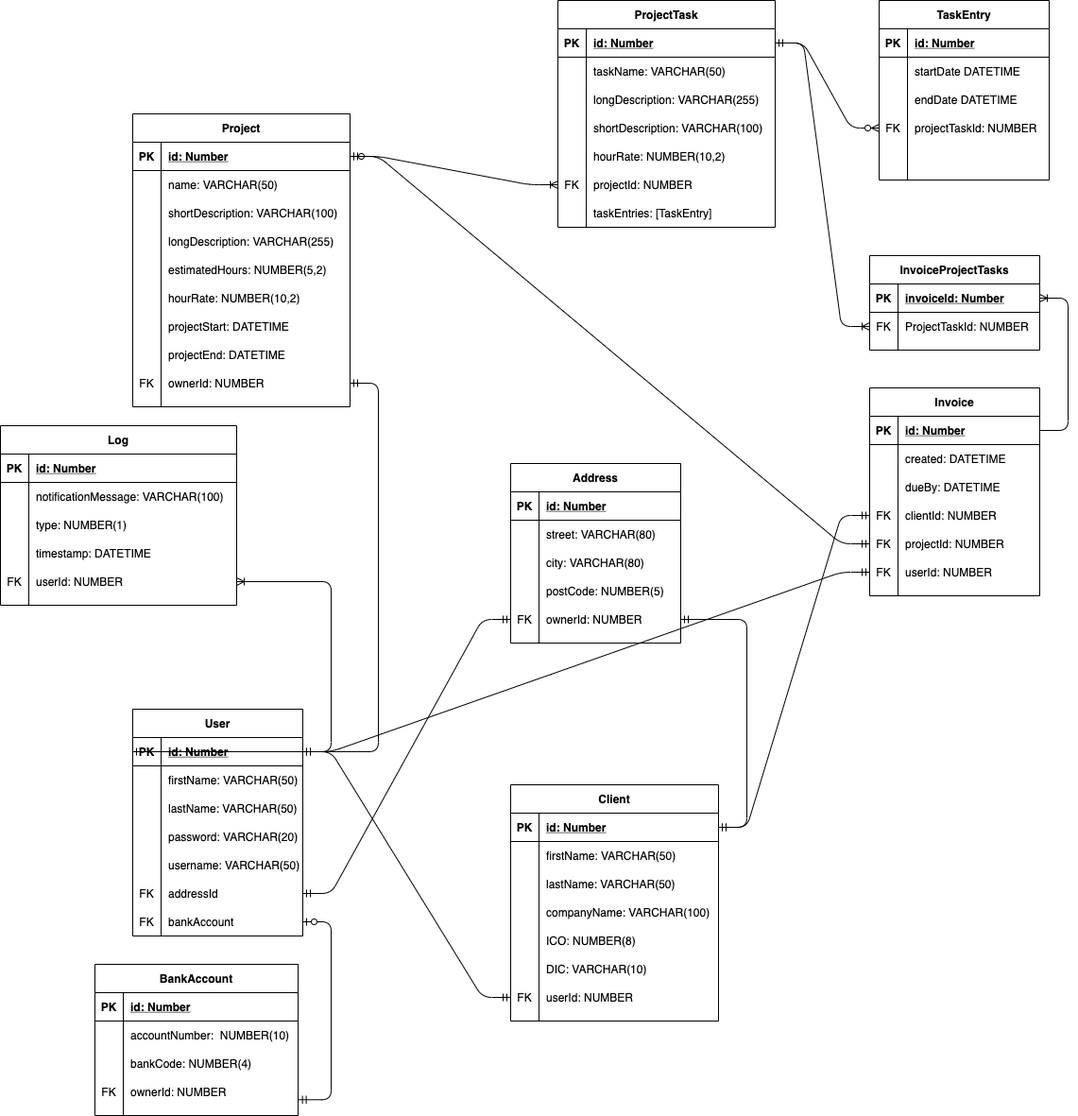
Earlier version of the draw.io export er_model.png (RomanAuersvald/DORDB). Source tidied: cells renumbered, new cells last; positions are measured from the earlier drawing's top-left corner, leaving out a move shared by most shapes.
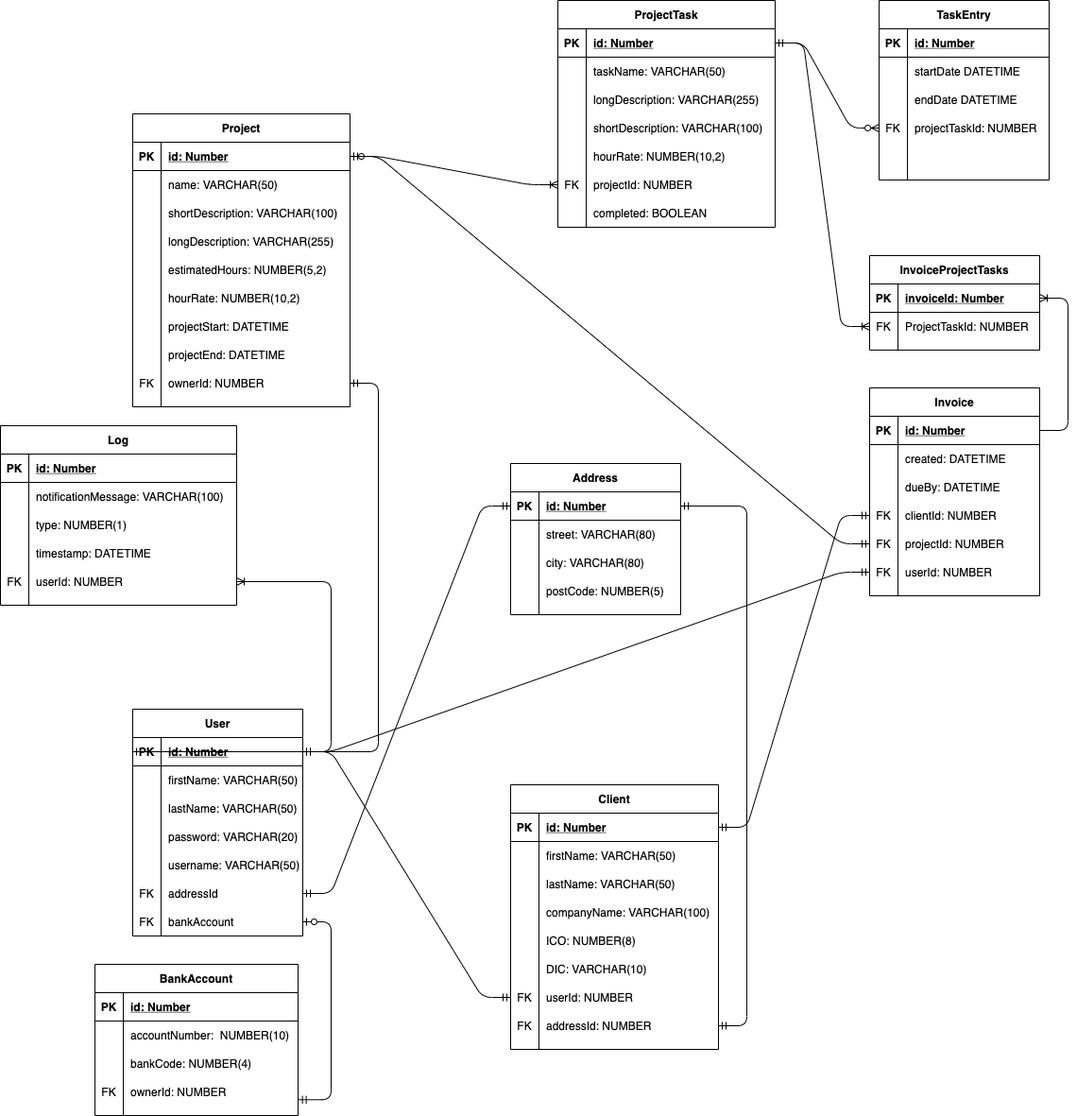
Above is the later version.

Diff of the diagram source:
```diff
@@ -113,7 +113,7 @@
     <mxCell id="38" style="shape=partialRectangle;fillColor=none;top=0;left=0;bottom=0;right=0;fontStyle=0;overflow=hidden;" parent="37" vertex="1">
       <mxGeometry width="30" height="30" as="geometry" />
     </mxCell>
-    <mxCell id="39" value="taskEntries: [TaskEntry]" style="shape=partialRectangle;fillColor=none;top=0;left=0;bottom=0;right=0;align=left;spacingLeft=6;fontStyle=0;overflow=hidden;" parent="37" vertex="1">
+    <mxCell id="39" value="completed: BOOLEAN" style="shape=partialRectangle;fillColor=none;top=0;left=0;bottom=0;right=0;align=left;spacingLeft=6;fontStyle=0;overflow=hidden;" parent="37" vertex="1">
       <mxGeometry x="30" width="200" height="30" as="geometry" />
     </mxCell>
     <mxCell id="40" value="Project" style="shape=table;startSize=30;rowLines=0;fontStyle=1;align=center;" parent="1" vertex="1">
@@ -273,7 +273,7 @@
       <mxGeometry relative="1" as="geometry" />
     </mxCell>
     <mxCell id="92" value="Client" style="shape=table;startSize=30;rowLines=0;fontStyle=1;align=center;" parent="1" vertex="1">
-      <mxGeometry x="540" y="830" width="220" height="250" as="geometry" />
+      <mxGeometry x="540" y="830" width="220" height="280" as="geometry" />
     </mxCell>
     <mxCell id="93" style="shape=partialRectangle;fillColor=none;top=0;left=0;bottom=1;right=0;points=[[0,0.5],[1,0.5]];portConstraint=eastwest;" parent="92" vertex="1">
       <mxGeometry y="30" width="220" height="30" as="geometry" />
@@ -338,11 +338,20 @@
     <mxCell id="113" value="userId: NUMBER" style="shape=partialRectangle;fillColor=none;top=0;left=0;bottom=0;right=0;align=left;spacingLeft=6;fontStyle=0;overflow=hidden;" parent="111" vertex="1">
       <mxGeometry x="30" width="190" height="30" as="geometry" />
     </mxCell>
+    <mxCell id="196" style="shape=partialRectangle;fillColor=none;top=0;left=0;bottom=0;right=0;points=[[0,0.5],[1,0.5]];portConstraint=eastwest;" parent="92" vertex="1">
+      <mxGeometry y="240" width="220" height="30" as="geometry" />
+    </mxCell>
+    <mxCell id="129" value="FK" style="shape=partialRectangle;fillColor=none;top=0;left=0;bottom=0;right=0;fontStyle=0;overflow=hidden;" parent="196" vertex="1">
+      <mxGeometry width="30" height="30" as="geometry" />
+    </mxCell>
+    <mxCell id="197" value="addressId: NUMBER" style="shape=partialRectangle;fillColor=none;top=0;left=0;bottom=0;right=0;align=left;spacingLeft=6;fontStyle=0;overflow=hidden;" parent="196" vertex="1">
+      <mxGeometry x="30" width="190" height="30" as="geometry" />
+    </mxCell>
     <mxCell id="114" style="edgeStyle=entityRelationEdgeStyle;fontSize=12;html=1;endArrow=ERmandOne;startArrow=ERmandOne;" parent="1" edge="1" source="70" target="111">
       <mxGeometry relative="1" as="geometry" />
     </mxCell>
     <mxCell id="115" value="Address" style="shape=table;startSize=30;rowLines=0;fontStyle=1;align=center;" parent="1" vertex="1">
-      <mxGeometry x="540" y="490" width="180" height="190" as="geometry" />
+      <mxGeometry x="540" y="490" width="180" height="160" as="geometry" />
     </mxCell>
     <mxCell id="116" style="shape=partialRectangle;fillColor=none;top=0;left=0;bottom=1;right=0;points=[[0,0.5],[1,0.5]];portConstraint=eastwest;" parent="115" vertex="1">
       <mxGeometry y="30" width="180" height="30" as="geometry" />
@@ -380,19 +389,7 @@
     <mxCell id="127" value="postCode: NUMBER(5)" style="shape=partialRectangle;fillColor=none;top=0;left=0;bottom=0;right=0;align=left;spacingLeft=6;overflow=hidden;" parent="125" vertex="1">
       <mxGeometry x="30" width="150" height="30" as="geometry" />
     </mxCell>
-    <mxCell id="128" style="shape=partialRectangle;fillColor=none;top=0;left=0;bottom=0;right=0;points=[[0,0.5],[1,0.5]];portConstraint=eastwest;" parent="115" vertex="1">
-      <mxGeometry y="150" width="180" height="30" as="geometry" />
-    </mxCell>
-    <mxCell id="129" value="FK" style="shape=partialRectangle;fillColor=none;top=0;left=0;bottom=0;right=0;fontStyle=0;overflow=hidden;" parent="128" vertex="1">
-      <mxGeometry width="30" height="30" as="geometry" />
-    </mxCell>
-    <mxCell id="130" value="ownerId: NUMBER" style="shape=partialRectangle;fillColor=none;top=0;left=0;bottom=0;right=0;align=left;spacingLeft=6;fontStyle=0;overflow=hidden;" parent="128" vertex="1">
-      <mxGeometry x="30" width="150" height="30" as="geometry" />
-    </mxCell>
-    <mxCell id="131" style="edgeStyle=entityRelationEdgeStyle;fontSize=12;html=1;endArrow=ERmandOne;startArrow=ERmandOne;" parent="1" edge="1" source="128" target="93">
-      <mxGeometry relative="1" as="geometry" />
-    </mxCell>
-    <mxCell id="132" style="edgeStyle=entityRelationEdgeStyle;fontSize=12;html=1;endArrow=ERmandOne;startArrow=ERmandOne;" parent="1" edge="1" source="85" target="128">
+    <mxCell id="132" style="edgeStyle=entityRelationEdgeStyle;fontSize=12;html=1;endArrow=ERmandOne;startArrow=ERmandOne;entryX=0;entryY=0.5;entryDx=0;entryDy=0;" parent="1" edge="1" source="85" target="116">
       <mxGeometry relative="1" as="geometry" />
     </mxCell>
     <mxCell id="133" value="Log" style="shape=table;startSize=30;rowLines=0;fontStyle=1;align=center;" parent="1" vertex="1">
@@ -584,5 +581,8 @@
     <mxCell id="195" style="edgeStyle=entityRelationEdgeStyle;fontSize=12;html=1;endArrow=ERzeroToOne;startArrow=ERmandOne;exitX=1.003;exitY=0.776;exitDx=0;exitDy=0;exitPerimeter=0;" parent="1" edge="1" source="192" target="88">
       <mxGeometry relative="1" as="geometry" />
     </mxCell>
+    <mxCell id="198" style="edgeStyle=entityRelationEdgeStyle;fontSize=12;html=1;endArrow=ERmandOne;startArrow=ERmandOne;" parent="1" edge="1" source="116" target="196">
+      <mxGeometry relative="1" as="geometry" />
+    </mxCell>
   </root>
 </mxGraphModel>
```
